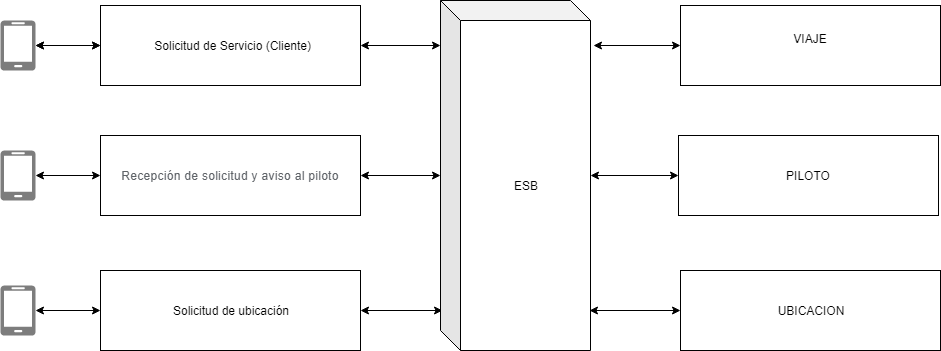
jpamela2604/SoftwareAvanzado_Tarea2-3 keeps this draw.io diagram as uber/diagramaESB.png. Above is the earlier version. Source tidied: cells renumbered, new cells last; positions are measured from the earlier drawing's top-left corner, leaving out a move shared by most shapes.
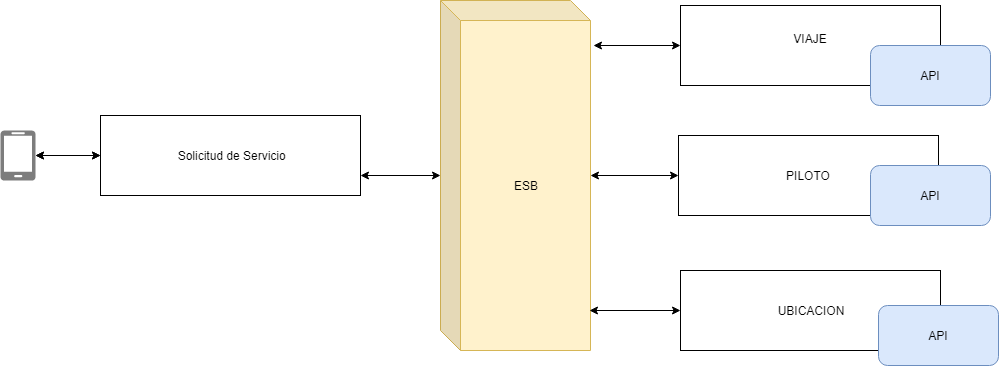
The same diagram one commit later.

Diff of the diagram source:
```diff
@@ -5,43 +5,21 @@
     <mxCell id="2" style="edgeStyle=orthogonalEdgeStyle;rounded=0;jettySize=auto;html=1;startArrow=classic;startFill=1;" parent="1" edge="1" source="4" target="9">
       <mxGeometry relative="1" as="geometry" />
     </mxCell>
-    <mxCell id="3" style="edgeStyle=orthogonalEdgeStyle;rounded=0;jettySize=auto;html=1;exitX=1;exitY=0.5;exitDx=0;exitDy=0;entryX=0;entryY=0.129;entryDx=0;entryDy=0;entryPerimeter=0;startArrow=classic;startFill=1;" parent="1" edge="1" source="4" target="15">
-      <mxGeometry relative="1" as="geometry" />
-    </mxCell>
-    <mxCell id="4" value="&amp;nbsp;Solicitud de Servicio (Cliente)" style="rounded=0;whiteSpace=wrap;html=1;" parent="1" vertex="1">
-      <mxGeometry x="100" y="5" width="260" height="80" as="geometry" />
+    <mxCell id="4" value="&amp;nbsp;Solicitud de Servicio" style="rounded=0;whiteSpace=wrap;html=1;" parent="1" vertex="1">
+      <mxGeometry x="100" y="115" width="260" height="80" as="geometry" />
     </mxCell>
-    <mxCell id="5" style="edgeStyle=orthogonalEdgeStyle;rounded=0;jettySize=auto;html=1;exitX=1;exitY=0.5;exitDx=0;exitDy=0;startArrow=classic;startFill=1;entryX=0.013;entryY=0.886;entryDx=0;entryDy=0;entryPerimeter=0;" parent="1" edge="1" source="6" target="15">
-      <mxGeometry relative="1" as="geometry" />
-    </mxCell>
-    <mxCell id="6" value="&lt;span style=&quot;white-space: normal&quot;&gt;Solicitud de ubicación&lt;/span&gt;" style="rounded=0;whiteSpace=wrap;html=1;" parent="1" vertex="1">
-      <mxGeometry x="100" y="270" width="260" height="80" as="geometry" />
-    </mxCell>
-    <mxCell id="7" value="&lt;span style=&quot;color: rgb(95 , 99 , 104) ; font-family: &amp;#34;roboto&amp;#34; , &amp;#34;arial&amp;#34; , sans-serif ; letter-spacing: 0.3px ; white-space: normal&quot;&gt;Recepción de solicitud y aviso al piloto&lt;/span&gt;" style="rounded=0;whiteSpace=wrap;html=1;" parent="1" vertex="1">
-      <mxGeometry x="100" y="135" width="260" height="80" as="geometry" />
-    </mxCell>
     <mxCell id="8" style="edgeStyle=orthogonalEdgeStyle;rounded=0;jettySize=auto;html=1;exitX=1;exitY=0.5;exitDx=0;exitDy=0;exitPerimeter=0;entryX=0;entryY=0.5;entryDx=0;entryDy=0;startArrow=classic;startFill=1;" parent="1" edge="1" source="9" target="4">
       <mxGeometry relative="1" as="geometry" />
     </mxCell>
     <mxCell id="9" style="shadow=0;dashed=0;html=1;strokeColor=none;labelPosition=center;verticalLabelPosition=bottom;verticalAlign=top;align=center;shape=mxgraph.azure.mobile;fillColor=#7D7D7D;" parent="1" vertex="1">
-      <mxGeometry y="20" width="35" height="50" as="geometry" />
+      <mxGeometry y="130" width="35" height="50" as="geometry" />
     </mxCell>
-    <mxCell id="10" style="edgeStyle=orthogonalEdgeStyle;rounded=0;jettySize=auto;html=1;startArrow=classic;startFill=1;" parent="1" edge="1" source="11" target="7">
-      <mxGeometry relative="1" as="geometry" />
-    </mxCell>
-    <mxCell id="11" style="shadow=0;dashed=0;html=1;strokeColor=none;labelPosition=center;verticalLabelPosition=bottom;verticalAlign=top;align=center;shape=mxgraph.azure.mobile;fillColor=#7D7D7D;" parent="1" vertex="1">
-      <mxGeometry y="150" width="35" height="50" as="geometry" />
-    </mxCell>
-    <mxCell id="12" style="edgeStyle=orthogonalEdgeStyle;rounded=0;jettySize=auto;html=1;exitX=1;exitY=0.5;exitDx=0;exitDy=0;exitPerimeter=0;entryX=0;entryY=0.5;entryDx=0;entryDy=0;startArrow=classic;startFill=1;" parent="1" edge="1" source="13" target="6">
-      <mxGeometry relative="1" as="geometry" />
-    </mxCell>
-    <mxCell id="13" style="shadow=0;dashed=0;html=1;strokeColor=none;labelPosition=center;verticalLabelPosition=bottom;verticalAlign=top;align=center;shape=mxgraph.azure.mobile;fillColor=#7D7D7D;" parent="1" vertex="1">
-      <mxGeometry y="285" width="35" height="50" as="geometry" />
-    </mxCell>
-    <mxCell id="14" style="edgeStyle=orthogonalEdgeStyle;rounded=0;jettySize=auto;html=1;startArrow=classic;startFill=1;" parent="1" edge="1" source="15" target="7">
-      <mxGeometry relative="1" as="geometry" />
+    <mxCell id="14" style="edgeStyle=orthogonalEdgeStyle;rounded=0;jettySize=auto;html=1;startArrow=classic;startFill=1;" parent="1" edge="1" source="15">
+      <mxGeometry relative="1" as="geometry">
+        <mxPoint x="360" y="175" as="targetPoint" />
+      </mxGeometry>
     </mxCell>
-    <mxCell id="15" value="ESB" style="shape=cube;whiteSpace=wrap;html=1;boundedLbl=1;backgroundOutline=1;darkOpacity=0.05;darkOpacity2=0.1;" parent="1" vertex="1">
+    <mxCell id="15" value="ESB" style="shape=cube;whiteSpace=wrap;html=1;boundedLbl=1;backgroundOutline=1;darkOpacity=0.05;darkOpacity2=0.1;fillColor=#fff2cc;strokeColor=#d6b656;" parent="1" vertex="1">
       <mxGeometry x="440" width="150" height="350" as="geometry" />
     </mxCell>
     <mxCell id="16" style="edgeStyle=orthogonalEdgeStyle;rounded=0;jettySize=auto;html=1;exitX=0;exitY=0.5;exitDx=0;exitDy=0;entryX=1.02;entryY=0.129;entryDx=0;entryDy=0;entryPerimeter=0;startArrow=classic;startFill=1;" parent="1" edge="1" source="17" target="15">
@@ -62,5 +40,14 @@
     <mxCell id="21" value="UBICACION" style="rounded=0;whiteSpace=wrap;html=1;" parent="1" vertex="1">
       <mxGeometry x="680" y="270" width="260" height="80" as="geometry" />
     </mxCell>
+    <mxCell id="22" value="API" style="rounded=1;whiteSpace=wrap;html=1;fillColor=#dae8fc;strokeColor=#6c8ebf;" parent="1" vertex="1">
+      <mxGeometry x="870" y="45" width="120" height="60" as="geometry" />
+    </mxCell>
+    <mxCell id="23" value="API" style="rounded=1;whiteSpace=wrap;html=1;fillColor=#dae8fc;strokeColor=#6c8ebf;" parent="1" vertex="1">
+      <mxGeometry x="870" y="165" width="120" height="60" as="geometry" />
+    </mxCell>
+    <mxCell id="24" value="API" style="rounded=1;whiteSpace=wrap;html=1;fillColor=#dae8fc;strokeColor=#6c8ebf;" parent="1" vertex="1">
+      <mxGeometry x="878" y="305" width="120" height="60" as="geometry" />
+    </mxCell>
   </root>
 </mxGraphModel>
```
